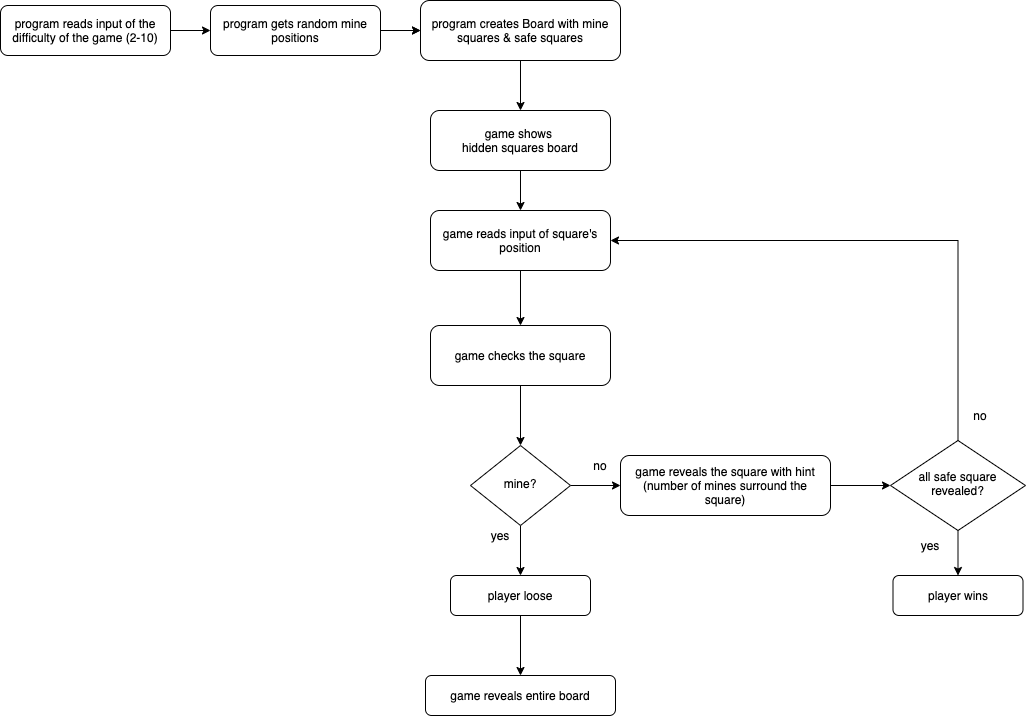
This is docs/flow-chart.png from TiffanyHoang/minesweeper, a draw.io export, as it was before one commit. Source tidied: cells renumbered, new cells last; positions are measured from the earlier drawing's top-left corner, leaving out a move shared by most shapes.
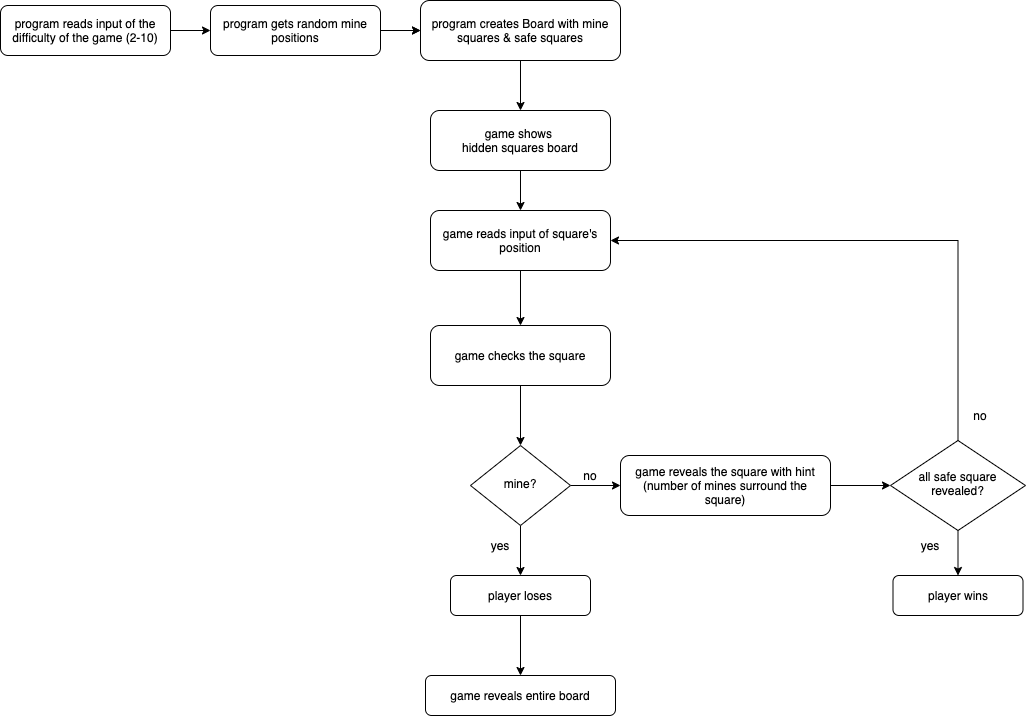
Later version of the same file.

Commit message:
fix typo flow chart

Diff of the diagram source:
```diff
@@ -34,7 +34,7 @@
     <mxCell id="11" style="edgeStyle=orthogonalEdgeStyle;rounded=0;jettySize=auto;html=1;" parent="1" edge="1" source="12" target="23">
       <mxGeometry relative="1" as="geometry" />
     </mxCell>
-    <mxCell id="12" value="player loose" style="rounded=1;whiteSpace=wrap;html=1;fontSize=12;glass=0;strokeWidth=1;shadow=0;" parent="1" vertex="1">
+    <mxCell id="12" value="player loses" style="rounded=1;whiteSpace=wrap;html=1;fontSize=12;glass=0;strokeWidth=1;shadow=0;" parent="1" vertex="1">
       <mxGeometry x="450" y="575" width="140" height="40" as="geometry" />
     </mxCell>
     <mxCell id="13" style="edgeStyle=orthogonalEdgeStyle;rounded=0;jettySize=auto;html=1;" parent="1" edge="1" source="14" target="17">
@@ -53,7 +53,7 @@
       <mxGeometry x="470" y="445" width="100" height="80" as="geometry" />
     </mxCell>
     <mxCell id="18" value="yes" style="text;html=1;strokeColor=none;fillColor=none;align=center;verticalAlign=middle;whiteSpace=wrap;rounded=0;" parent="1" vertex="1">
-      <mxGeometry x="480" y="525" width="40" height="20" as="geometry" />
+      <mxGeometry x="480" y="535" width="40" height="20" as="geometry" />
     </mxCell>
     <mxCell id="19" style="edgeStyle=orthogonalEdgeStyle;rounded=0;jettySize=auto;html=1;" parent="1" edge="1" source="20" target="22">
       <mxGeometry relative="1" as="geometry" />
@@ -62,7 +62,7 @@
       <mxGeometry x="890" y="440" width="135" height="90" as="geometry" />
     </mxCell>
     <mxCell id="21" value="no" style="text;html=1;strokeColor=none;fillColor=none;align=center;verticalAlign=middle;whiteSpace=wrap;rounded=0;" parent="1" vertex="1">
-      <mxGeometry x="580" y="455" width="40" height="20" as="geometry" />
+      <mxGeometry x="570" y="465" width="40" height="20" as="geometry" />
     </mxCell>
     <mxCell id="22" value="player wins" style="rounded=1;whiteSpace=wrap;html=1;fontSize=12;glass=0;strokeWidth=1;shadow=0;" parent="1" vertex="1">
       <mxGeometry x="892.5" y="575" width="130" height="40" as="geometry" />
```
